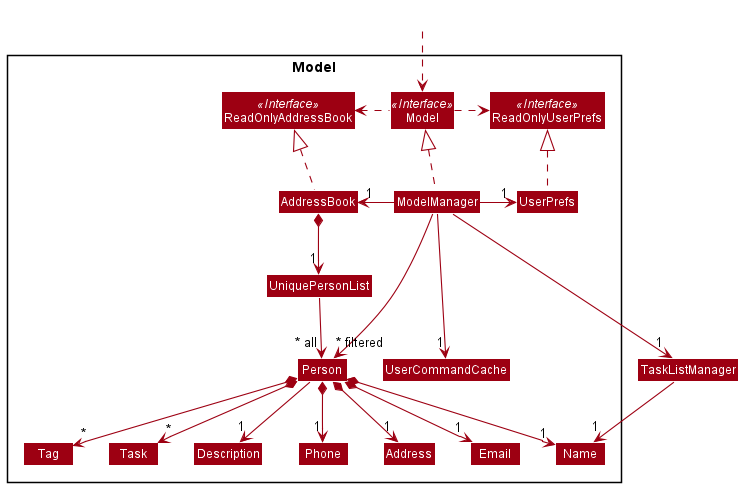
Before: docs/images/ModelClassDiagram.png, a diagram exported from PlantUML (nus-cs2103-AY2122S1/tp).
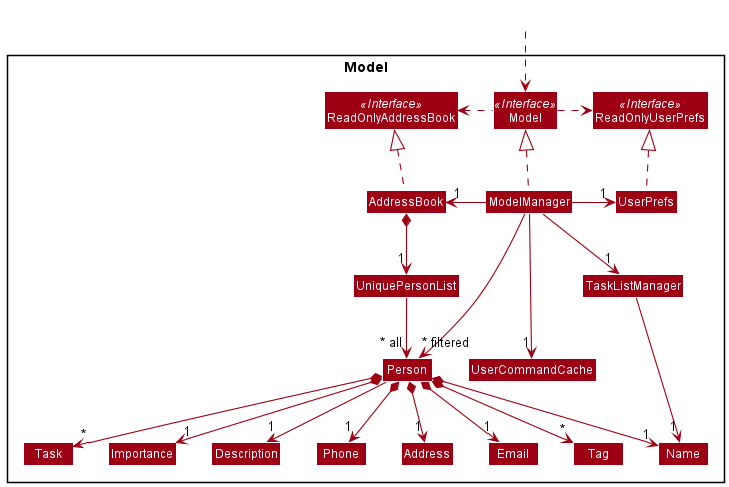
After the change.

Diff of the diagram source:
```diff
@@ -24,7 +24,9 @@
 Class Phone
 Class Tag
 Class Task
+Class Importance
 Class Description
+Class TaskListManager
 }
 
 Class HiddenOutside #FFFFFF
@@ -45,6 +47,7 @@
 Person *--> "1" Phone
 Person *--> "1" Email
 Person *--> "1" Address
+Person *--> "1" Importance
 Person *--> "*" Tag
 Person *--> "*" Task
 Person --> "1" Description
```
